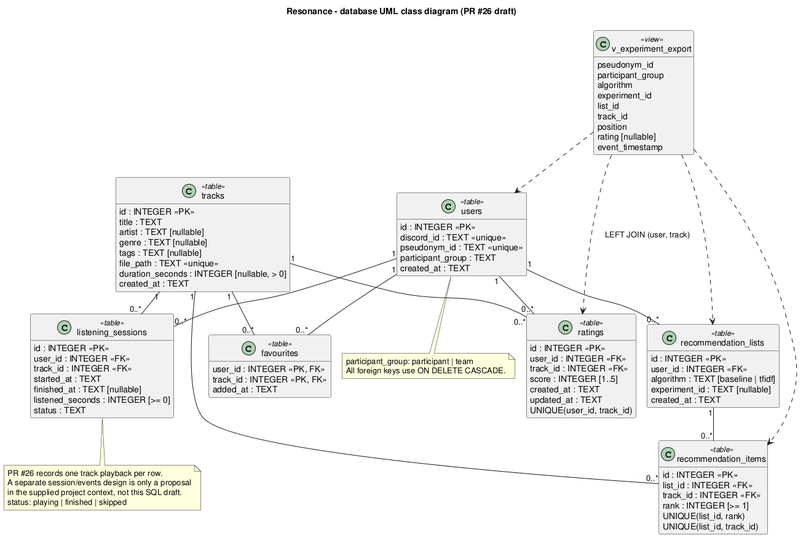
Before: docs/database-model.png, a diagram exported from PlantUML (G10BAL/team-project). The source it was exported from:
```plantuml
@startuml
!pragma layout smetana
title Resonance - database UML class diagram (PR #26 draft)
skinparam classAttributeIconSize 0
skinparam shadowing false
hide methods
class users <<table>> {
  id : INTEGER <<PK>>
  discord_id : TEXT <<unique>>
  pseudonym_id : TEXT <<unique>>
  participant_group : TEXT
  created_at : TEXT
}
class tracks <<table>> {
  id : INTEGER <<PK>>
  title : TEXT
  artist : TEXT [nullable]
  genre : TEXT [nullable]
  tags : TEXT [nullable]
  file_path : TEXT <<unique>>
  duration_seconds : INTEGER [nullable, > 0]
  created_at : TEXT
}
class listening_sessions <<table>> {
  id : INTEGER <<PK>>
  user_id : INTEGER <<FK>>
  track_id : INTEGER <<FK>>
  started_at : TEXT
  finished_at : TEXT [nullable]
  listened_seconds : INTEGER [>= 0]
  status : TEXT
}
class ratings <<table>> {
  id : INTEGER <<PK>>
  user_id : INTEGER <<FK>>
  track_id : INTEGER <<FK>>
  score : INTEGER [1..5]
  created_at : TEXT
  updated_at : TEXT
  {field} UNIQUE(user_id, track_id)
}
class favourites <<table>> {
  user_id : INTEGER <<PK, FK>>
  track_id : INTEGER <<PK, FK>>
  added_at : TEXT
}
class recommendation_lists <<table>> {
  id : INTEGER <<PK>>
  user_id : INTEGER <<FK>>
  algorithm : TEXT [baseline | tfidf]
  experiment_id : TEXT [nullable]
  created_at : TEXT
}
class recommendation_items <<table>> {
  id : INTEGER <<PK>>
  list_id : INTEGER <<FK>>
  track_id : INTEGER <<FK>>
  rank : INTEGER [>= 1]
  {field} UNIQUE(list_id, rank)
  {field} UNIQUE(list_id, track_id)
}
class v_experiment_export <<view>> {
  pseudonym_id
  participant_group
  algorithm
  experiment_id
  list_id
  track_id
  position
  rating [nullable]
  event_timestamp
}
users "1" -- "0..*" listening_sessions
tracks "1" -- "0..*" listening_sessions
users "1" -- "0..*" ratings
tracks "1" -- "0..*" ratings
users "1" -- "0..*" favourites
tracks "1" -- "0..*" favourites
users "1" -- "0..*" recommendation_lists
recommendation_lists "1" -- "0..*" recommendation_items
tracks "1" -- "0..*" recommendation_items
v_experiment_export ..> recommendation_items
v_experiment_export ..> recommendation_lists
v_experiment_export ..> users
v_experiment_export ..> ratings : LEFT JOIN (user, track)
note bottom of listening_sessions
PR #26 records one track playback per row.
A separate session/events design is only a proposal
in the supplied project context, not this SQL draft.
status: playing | finished | skipped
end note
note bottom of users
participant_group: participant | team
All foreign keys use ON DELETE CASCADE.
end note
@enduml
```
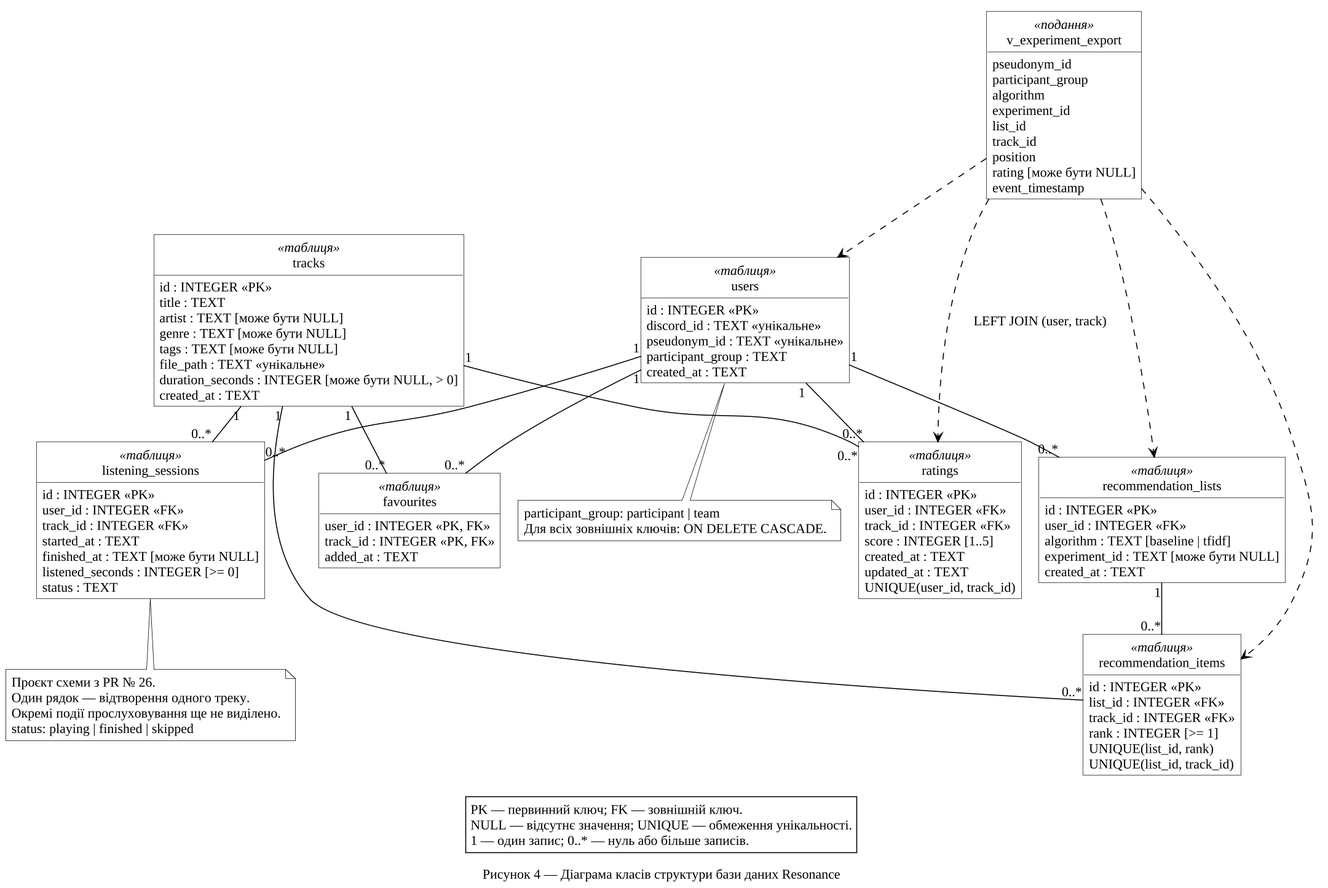
Above is the later version.

The edit, as a diff of the source:
```diff
@@ -1,36 +1,36 @@
 @startuml
+!include diagram-style.iuml
 !pragma layout smetana
-title Resonance - database UML class diagram (PR #26 draft)
 skinparam classAttributeIconSize 0
-skinparam shadowing false
+hide circle
 hide methods
-class users <<table>> {
+class users <<таблиця>> {
   id : INTEGER <<PK>>
-  discord_id : TEXT <<unique>>
-  pseudonym_id : TEXT <<unique>>
+  discord_id : TEXT <<унікальне>>
+  pseudonym_id : TEXT <<унікальне>>
   participant_group : TEXT
   created_at : TEXT
 }
-class tracks <<table>> {
+class tracks <<таблиця>> {
   id : INTEGER <<PK>>
   title : TEXT
-  artist : TEXT [nullable]
-  genre : TEXT [nullable]
-  tags : TEXT [nullable]
-  file_path : TEXT <<unique>>
-  duration_seconds : INTEGER [nullable, > 0]
+  artist : TEXT [може бути NULL]
+  genre : TEXT [може бути NULL]
+  tags : TEXT [може бути NULL]
+  file_path : TEXT <<унікальне>>
+  duration_seconds : INTEGER [може бути NULL, > 0]
   created_at : TEXT
 }
-class listening_sessions <<table>> {
+class listening_sessions <<таблиця>> {
   id : INTEGER <<PK>>
   user_id : INTEGER <<FK>>
   track_id : INTEGER <<FK>>
   started_at : TEXT
-  finished_at : TEXT [nullable]
+  finished_at : TEXT [може бути NULL]
   listened_seconds : INTEGER [>= 0]
   status : TEXT
 }
-class ratings <<table>> {
+class ratings <<таблиця>> {
   id : INTEGER <<PK>>
   user_id : INTEGER <<FK>>
   track_id : INTEGER <<FK>>
@@ -39,19 +39,19 @@
   updated_at : TEXT
   {field} UNIQUE(user_id, track_id)
 }
-class favourites <<table>> {
+class favourites <<таблиця>> {
   user_id : INTEGER <<PK, FK>>
   track_id : INTEGER <<PK, FK>>
   added_at : TEXT
 }
-class recommendation_lists <<table>> {
+class recommendation_lists <<таблиця>> {
   id : INTEGER <<PK>>
   user_id : INTEGER <<FK>>
   algorithm : TEXT [baseline | tfidf]
-  experiment_id : TEXT [nullable]
+  experiment_id : TEXT [може бути NULL]
   created_at : TEXT
 }
-class recommendation_items <<table>> {
+class recommendation_items <<таблиця>> {
   id : INTEGER <<PK>>
   list_id : INTEGER <<FK>>
   track_id : INTEGER <<FK>>
@@ -59,7 +59,7 @@
   {field} UNIQUE(list_id, rank)
   {field} UNIQUE(list_id, track_id)
 }
-class v_experiment_export <<view>> {
+class v_experiment_export <<подання>> {
   pseudonym_id
   participant_group
   algorithm
@@ -67,7 +67,7 @@
   list_id
   track_id
   position
-  rating [nullable]
+  rating [може бути NULL]
   event_timestamp
 }
 users "1" -- "0..*" listening_sessions
@@ -84,13 +84,19 @@
 v_experiment_export ..> users
 v_experiment_export ..> ratings : LEFT JOIN (user, track)
 note bottom of listening_sessions
-PR #26 records one track playback per row.
-A separate session/events design is only a proposal
-in the supplied project context, not this SQL draft.
+Проєкт схеми з PR № 26.
+Один рядок — відтворення одного треку.
+Окремі події прослуховування ще не виділено.
 status: playing | finished | skipped
 end note
 note bottom of users
 participant_group: participant | team
-All foreign keys use ON DELETE CASCADE.
+Для всіх зовнішніх ключів: ON DELETE CASCADE.
 end note
+legend bottom
+PK — первинний ключ; FK — зовнішній ключ.
+NULL — відсутнє значення; UNIQUE — обмеження унікальності.
+1 — один запис; 0..* — нуль або більше записів.
+endlegend
+caption Рисунок 4 — Діаграма класів структури бази даних Resonance
 @enduml
```
